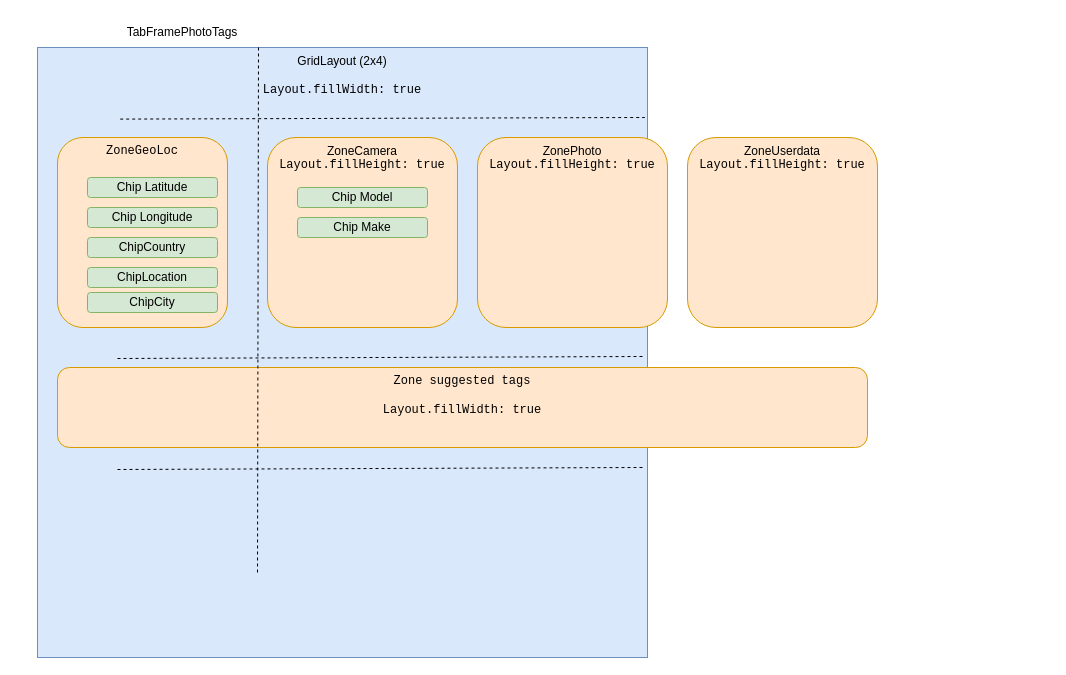
This is page "PHOTO TAGS" (4 of 5) of docs/TiPhotoLocatorViews.drawio from Sphinkie/tiPhotoLocator, a draw.io file, before an edit. Source tidied: cells renumbered, new cells numbered last; positions are measured from the earlier drawing's top-left corner, leaving out a move shared by most shapes. Both pictures are drawn from the tidied source at 100%, with x=0, y=0 at pixel (37, 17).
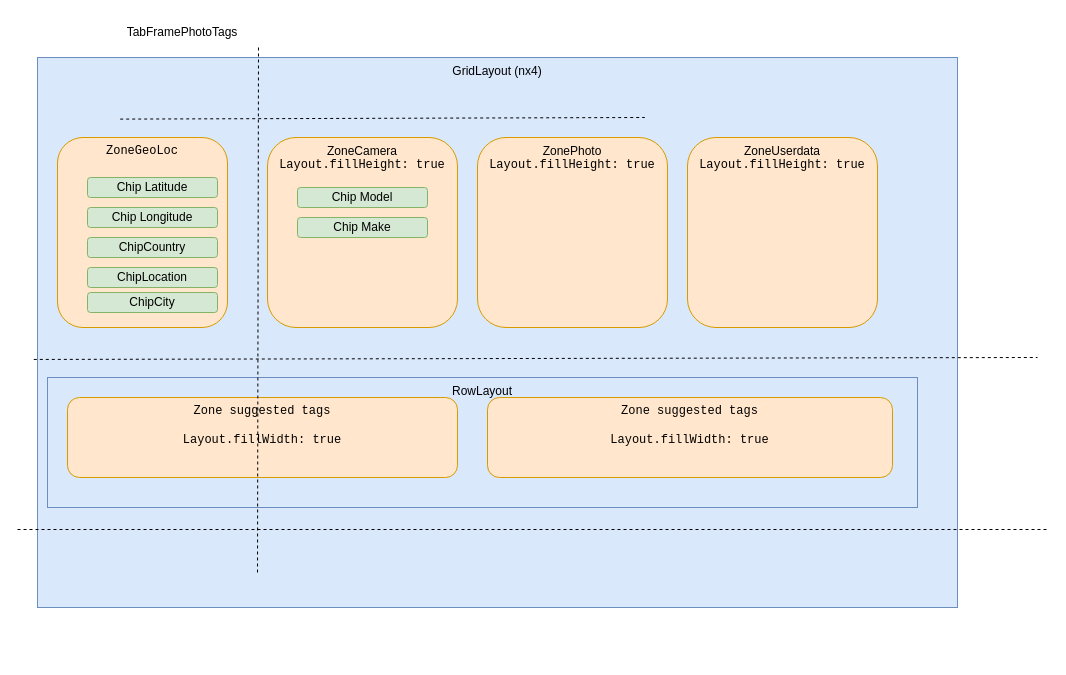
After the change.

Change to the diagram source:
```diff
@@
-    <mxCell id="2" value="GridLayout (2x4)&lt;br&gt;&lt;br&gt;&lt;pre style=&quot;margin-top: 0px; margin-bottom: 0px;&quot;&gt;Layout.fillWidth:&lt;span style=&quot;color:#c0c0c0;&quot;&gt; &lt;/span&gt;true&lt;/pre&gt;" style="whiteSpace=wrap;html=1;fillColor=#dae8fc;strokeColor=#6c8ebf;verticalAlign=top;" parent="1" vertex="1">
-      <mxGeometry y="30" width="610" height="610" as="geometry" />
-    </mxCell>
+    <mxCell id="20" value="GridLayout (nx4)" style="rounded=0;whiteSpace=wrap;html=1;fillColor=#dae8fc;strokeColor=#6c8ebf;verticalAlign=top;" parent="1" vertex="1">
+      <mxGeometry y="40" width="920" height="550" as="geometry" />
+    </mxCell>
+    <mxCell id="21" value="RowLayout" style="rounded=0;whiteSpace=wrap;html=1;fillColor=#dae8fc;strokeColor=#6c8ebf;verticalAlign=top;" parent="1" vertex="1">
+      <mxGeometry x="10" y="360" width="870" height="130" as="geometry" />
+    </mxCell>
@@
     <mxCell id="4" value="&lt;pre style=&quot;margin-top: 0px; margin-bottom: 0px;&quot;&gt;Zone suggested tags&lt;/pre&gt;&lt;pre style=&quot;margin-top: 0px; margin-bottom: 0px;&quot;&gt;&lt;br&gt;&lt;/pre&gt;&lt;pre style=&quot;margin-top: 0px; margin-bottom: 0px;&quot;&gt;Layout.fillWidth:&lt;span style=&quot;color:#c0c0c0;&quot;&gt; &lt;/span&gt;true&lt;/pre&gt;" style="rounded=1;whiteSpace=wrap;html=1;fillColor=#ffe6cc;strokeColor=#d79b00;verticalAlign=top;" parent="1" vertex="1">
-      <mxGeometry x="20" y="350" width="810" height="80" as="geometry" />
+      <mxGeometry x="30" y="380" width="390" height="80" as="geometry" />
     </mxCell>
@@
-    <mxCell id="7" style="endArrow=none;dashed=1;html=1;rounded=0;exitX=-0.003;exitY=0.275;exitDx=0;exitDy=0;exitPerimeter=0;entryX=1.006;entryY=0.272;entryDx=0;entryDy=0;entryPerimeter=0;" parent="1" edge="1">
+    <mxCell id="7" style="endArrow=none;dashed=1;html=1;rounded=0;exitX=-0.004;exitY=0.549;exitDx=0;exitDy=0;exitPerimeter=0;" parent="1" edge="1" source="20">
       <mxGeometry relative="1" as="geometry">
-        <mxPoint x="80" y="341" as="sourcePoint" />
-        <mxPoint x="605" y="339" as="targetPoint" />
+        <mxPoint x="1000" y="340" as="targetPoint" />
       </mxGeometry>
     </mxCell>
-    <mxCell id="8" style="endArrow=none;dashed=1;html=1;rounded=0;exitX=-0.003;exitY=0.275;exitDx=0;exitDy=0;exitPerimeter=0;entryX=1.006;entryY=0.272;entryDx=0;entryDy=0;entryPerimeter=0;" parent="1" edge="1">
+    <mxCell id="8" style="endArrow=none;dashed=1;html=1;rounded=0;exitX=-0.003;exitY=0.275;exitDx=0;exitDy=0;exitPerimeter=0;" parent="1" edge="1">
       <mxGeometry relative="1" as="geometry">
-        <mxPoint x="80" y="452" as="sourcePoint" />
-        <mxPoint x="605" y="450" as="targetPoint" />
+        <mxPoint x="-20" y="512" as="sourcePoint" />
+        <mxPoint x="1010" y="512" as="targetPoint" />
       </mxGeometry>
     </mxCell>
@@
+    <mxCell id="22" value="&lt;pre style=&quot;margin-top: 0px; margin-bottom: 0px;&quot;&gt;Zone suggested tags&lt;/pre&gt;&lt;pre style=&quot;margin-top: 0px; margin-bottom: 0px;&quot;&gt;&lt;br&gt;&lt;/pre&gt;&lt;pre style=&quot;margin-top: 0px; margin-bottom: 0px;&quot;&gt;Layout.fillWidth:&lt;span style=&quot;color:#c0c0c0;&quot;&gt; &lt;/span&gt;true&lt;/pre&gt;" style="rounded=1;whiteSpace=wrap;html=1;fillColor=#ffe6cc;strokeColor=#d79b00;verticalAlign=top;" parent="1" vertex="1">
+      <mxGeometry x="450" y="380" width="405" height="80" as="geometry" />
+    </mxCell>
```
